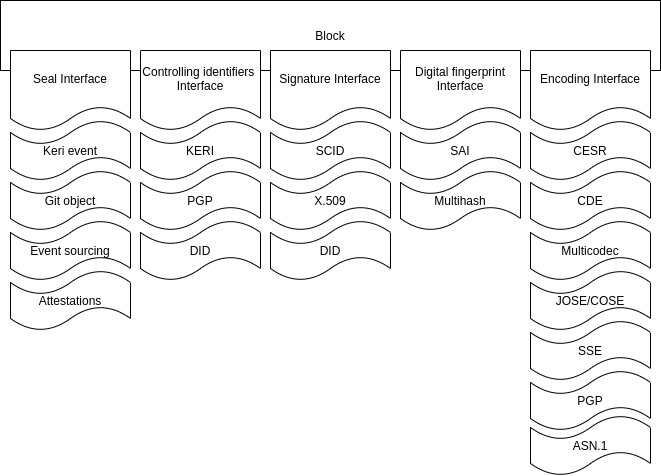
the-human-colossus-foundation/microledger-spec keeps this draw.io diagram as assets/plugable.png. Above is the earlier version. Source tidied: cells renumbered, new cells last; positions are measured from the earlier drawing's top-left corner, leaving out a move shared by most shapes. Its diagram source:
```xml
<mxGraphModel background="#FFFFFF">
  <root>
    <mxCell id="0" />
    <mxCell id="1" parent="0" />
    <mxCell id="2" value="Block" style="rounded=0;whiteSpace=wrap;html=1;" parent="1" vertex="1">
      <mxGeometry width="660" height="70" as="geometry" />
    </mxCell>
    <mxCell id="3" value="Seal Interface" style="shape=document;whiteSpace=wrap;html=1;boundedLbl=1;" parent="1" vertex="1">
      <mxGeometry x="10" y="50" width="120" height="80" as="geometry" />
    </mxCell>
    <mxCell id="4" value="Controlling identifiers&amp;nbsp; Interface" style="shape=document;whiteSpace=wrap;html=1;boundedLbl=1;" parent="1" vertex="1">
      <mxGeometry x="140" y="50" width="120" height="80" as="geometry" />
    </mxCell>
    <mxCell id="5" value="Signature Interface" style="shape=document;whiteSpace=wrap;html=1;boundedLbl=1;" parent="1" vertex="1">
      <mxGeometry x="270" y="50" width="120" height="80" as="geometry" />
    </mxCell>
    <mxCell id="6" value="Digital fingerprint Interface" style="shape=document;whiteSpace=wrap;html=1;boundedLbl=1;" parent="1" vertex="1">
      <mxGeometry x="400" y="50" width="120" height="80" as="geometry" />
    </mxCell>
    <mxCell id="7" value="Keri event" style="shape=tape;whiteSpace=wrap;html=1;" parent="1" vertex="1">
      <mxGeometry x="10" y="120" width="120" height="60" as="geometry" />
    </mxCell>
    <mxCell id="8" value="Git object" style="shape=tape;whiteSpace=wrap;html=1;" parent="1" vertex="1">
      <mxGeometry x="10" y="170" width="120" height="60" as="geometry" />
    </mxCell>
    <mxCell id="9" value="PGP" style="shape=tape;whiteSpace=wrap;html=1;" parent="1" vertex="1">
      <mxGeometry x="140" y="170" width="120" height="60" as="geometry" />
    </mxCell>
    <mxCell id="10" value="SCID" style="shape=tape;whiteSpace=wrap;html=1;" parent="1" vertex="1">
      <mxGeometry x="270" y="120" width="120" height="60" as="geometry" />
    </mxCell>
    <mxCell id="11" value="X.509" style="shape=tape;whiteSpace=wrap;html=1;" parent="1" vertex="1">
      <mxGeometry x="270" y="170" width="120" height="60" as="geometry" />
    </mxCell>
    <mxCell id="12" value="SAI" style="shape=tape;whiteSpace=wrap;html=1;" parent="1" vertex="1">
      <mxGeometry x="400" y="120" width="120" height="60" as="geometry" />
    </mxCell>
    <mxCell id="13" value="Multihash" style="shape=tape;whiteSpace=wrap;html=1;" parent="1" vertex="1">
      <mxGeometry x="400" y="170" width="120" height="60" as="geometry" />
    </mxCell>
    <mxCell id="14" value="Encoding Interface" style="shape=document;whiteSpace=wrap;html=1;boundedLbl=1;" parent="1" vertex="1">
      <mxGeometry x="530" y="50" width="120" height="80" as="geometry" />
    </mxCell>
    <mxCell id="15" value="CESR" style="shape=tape;whiteSpace=wrap;html=1;" parent="1" vertex="1">
      <mxGeometry x="530" y="120" width="120" height="60" as="geometry" />
    </mxCell>
    <mxCell id="16" value="CDE" style="shape=tape;whiteSpace=wrap;html=1;" parent="1" vertex="1">
      <mxGeometry x="530" y="170" width="120" height="60" as="geometry" />
    </mxCell>
    <mxCell id="17" value="Multicodec" style="shape=tape;whiteSpace=wrap;html=1;" parent="1" vertex="1">
      <mxGeometry x="530" y="220" width="120" height="60" as="geometry" />
    </mxCell>
    <mxCell id="18" value="JOSE/COSE" style="shape=tape;whiteSpace=wrap;html=1;" parent="1" vertex="1">
      <mxGeometry x="530" y="270" width="120" height="60" as="geometry" />
    </mxCell>
    <mxCell id="19" value="SSE" style="shape=tape;whiteSpace=wrap;html=1;" parent="1" vertex="1">
      <mxGeometry x="530" y="320" width="120" height="60" as="geometry" />
    </mxCell>
    <mxCell id="20" value="PGP" style="shape=tape;whiteSpace=wrap;html=1;" parent="1" vertex="1">
      <mxGeometry x="530" y="370" width="120" height="60" as="geometry" />
    </mxCell>
    <mxCell id="21" value="ASN.1" style="shape=tape;whiteSpace=wrap;html=1;" parent="1" vertex="1">
      <mxGeometry x="530" y="415" width="120" height="60" as="geometry" />
    </mxCell>
    <mxCell id="22" value="Event sourcing" style="shape=tape;whiteSpace=wrap;html=1;" parent="1" vertex="1">
      <mxGeometry x="10" y="220" width="120" height="60" as="geometry" />
    </mxCell>
    <mxCell id="23" value="Attestations" style="shape=tape;whiteSpace=wrap;html=1;" parent="1" vertex="1">
      <mxGeometry x="10" y="270" width="120" height="60" as="geometry" />
    </mxCell>
    <mxCell id="24" value="KERI" style="shape=tape;whiteSpace=wrap;html=1;" parent="1" vertex="1">
      <mxGeometry x="140" y="120" width="120" height="60" as="geometry" />
    </mxCell>
    <mxCell id="25" value="DID" style="shape=tape;whiteSpace=wrap;html=1;" parent="1" vertex="1">
      <mxGeometry x="270" y="220" width="120" height="60" as="geometry" />
    </mxCell>
    <mxCell id="26" value="DID" style="shape=tape;whiteSpace=wrap;html=1;" parent="1" vertex="1">
      <mxGeometry x="140" y="220" width="120" height="60" as="geometry" />
    </mxCell>
  </root>
</mxGraphModel>
```
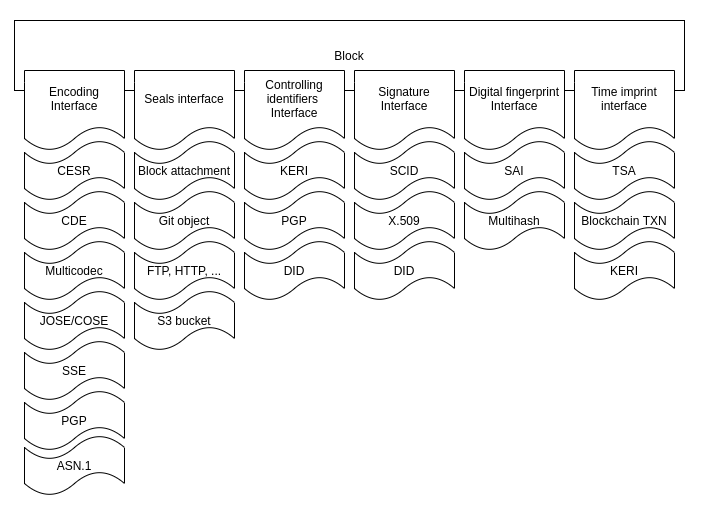
After the change.

The edit, as a diff of the source:
```diff
@@ -1,81 +1,96 @@
-<mxGraphModel background="#FFFFFF">
+<mxGraphModel>
   <root>
     <mxCell id="0" />
     <mxCell id="1" parent="0" />
+    <mxCell id="27" style="rounded=0;whiteSpace=wrap;html=1;strokeColor=none;" parent="1" vertex="1">
+      <mxGeometry x="-14" y="-20" width="700" height="510" as="geometry" />
+    </mxCell>
     <mxCell id="2" value="Block" style="rounded=0;whiteSpace=wrap;html=1;" parent="1" vertex="1">
-      <mxGeometry width="660" height="70" as="geometry" />
+      <mxGeometry width="670" height="70" as="geometry" />
     </mxCell>
-    <mxCell id="3" value="Seal Interface" style="shape=document;whiteSpace=wrap;html=1;boundedLbl=1;" parent="1" vertex="1">
-      <mxGeometry x="10" y="50" width="120" height="80" as="geometry" />
-    </mxCell>
+    <mxCell id="28" value="Seals interface" style="shape=document;whiteSpace=wrap;html=1;boundedLbl=1;" parent="1" vertex="1">
+      <mxGeometry x="120" y="50" width="100" height="80" as="geometry" />
+    </mxCell>
     <mxCell id="4" value="Controlling identifiers&amp;nbsp; Interface" style="shape=document;whiteSpace=wrap;html=1;boundedLbl=1;" parent="1" vertex="1">
-      <mxGeometry x="140" y="50" width="120" height="80" as="geometry" />
+      <mxGeometry x="230" y="50" width="100" height="80" as="geometry" />
     </mxCell>
     <mxCell id="5" value="Signature Interface" style="shape=document;whiteSpace=wrap;html=1;boundedLbl=1;" parent="1" vertex="1">
-      <mxGeometry x="270" y="50" width="120" height="80" as="geometry" />
+      <mxGeometry x="340" y="50" width="100" height="80" as="geometry" />
     </mxCell>
     <mxCell id="6" value="Digital fingerprint Interface" style="shape=document;whiteSpace=wrap;html=1;boundedLbl=1;" parent="1" vertex="1">
-      <mxGeometry x="400" y="50" width="120" height="80" as="geometry" />
+      <mxGeometry x="450" y="50" width="100" height="80" as="geometry" />
     </mxCell>
-    <mxCell id="7" value="Keri event" style="shape=tape;whiteSpace=wrap;html=1;" parent="1" vertex="1">
-      <mxGeometry x="10" y="120" width="120" height="60" as="geometry" />
-    </mxCell>
+    <mxCell id="29" value="Block attachment" style="shape=tape;whiteSpace=wrap;html=1;" parent="1" vertex="1">
+      <mxGeometry x="120" y="120" width="100" height="60" as="geometry" />
+    </mxCell>
     <mxCell id="8" value="Git object" style="shape=tape;whiteSpace=wrap;html=1;" parent="1" vertex="1">
-      <mxGeometry x="10" y="170" width="120" height="60" as="geometry" />
+      <mxGeometry x="120" y="170" width="100" height="60" as="geometry" />
     </mxCell>
-    <mxCell id="9" value="PGP" style="shape=tape;whiteSpace=wrap;html=1;" parent="1" vertex="1">
-      <mxGeometry x="140" y="170" width="120" height="60" as="geometry" />
-    </mxCell>
+    <mxCell id="30" value="PGP" style="shape=tape;whiteSpace=wrap;html=1;" parent="1" vertex="1">
+      <mxGeometry x="230" y="170" width="100" height="60" as="geometry" />
+    </mxCell>
     <mxCell id="10" value="SCID" style="shape=tape;whiteSpace=wrap;html=1;" parent="1" vertex="1">
-      <mxGeometry x="270" y="120" width="120" height="60" as="geometry" />
+      <mxGeometry x="340" y="120" width="100" height="60" as="geometry" />
     </mxCell>
     <mxCell id="11" value="X.509" style="shape=tape;whiteSpace=wrap;html=1;" parent="1" vertex="1">
-      <mxGeometry x="270" y="170" width="120" height="60" as="geometry" />
+      <mxGeometry x="340" y="170" width="100" height="60" as="geometry" />
     </mxCell>
     <mxCell id="12" value="SAI" style="shape=tape;whiteSpace=wrap;html=1;" parent="1" vertex="1">
-      <mxGeometry x="400" y="120" width="120" height="60" as="geometry" />
+      <mxGeometry x="450" y="120" width="100" height="60" as="geometry" />
     </mxCell>
     <mxCell id="13" value="Multihash" style="shape=tape;whiteSpace=wrap;html=1;" parent="1" vertex="1">
-      <mxGeometry x="400" y="170" width="120" height="60" as="geometry" />
+      <mxGeometry x="450" y="170" width="100" height="60" as="geometry" />
     </mxCell>
     <mxCell id="14" value="Encoding Interface" style="shape=document;whiteSpace=wrap;html=1;boundedLbl=1;" parent="1" vertex="1">
-      <mxGeometry x="530" y="50" width="120" height="80" as="geometry" />
+      <mxGeometry x="10" y="50" width="100" height="80" as="geometry" />
     </mxCell>
     <mxCell id="15" value="CESR" style="shape=tape;whiteSpace=wrap;html=1;" parent="1" vertex="1">
-      <mxGeometry x="530" y="120" width="120" height="60" as="geometry" />
+      <mxGeometry x="10" y="120" width="100" height="60" as="geometry" />
     </mxCell>
     <mxCell id="16" value="CDE" style="shape=tape;whiteSpace=wrap;html=1;" parent="1" vertex="1">
-      <mxGeometry x="530" y="170" width="120" height="60" as="geometry" />
+      <mxGeometry x="10" y="170" width="100" height="60" as="geometry" />
     </mxCell>
     <mxCell id="17" value="Multicodec" style="shape=tape;whiteSpace=wrap;html=1;" parent="1" vertex="1">
-      <mxGeometry x="530" y="220" width="120" height="60" as="geometry" />
+      <mxGeometry x="10" y="220" width="100" height="60" as="geometry" />
     </mxCell>
     <mxCell id="18" value="JOSE/COSE" style="shape=tape;whiteSpace=wrap;html=1;" parent="1" vertex="1">
-      <mxGeometry x="530" y="270" width="120" height="60" as="geometry" />
+      <mxGeometry x="10" y="270" width="100" height="60" as="geometry" />
     </mxCell>
     <mxCell id="19" value="SSE" style="shape=tape;whiteSpace=wrap;html=1;" parent="1" vertex="1">
-      <mxGeometry x="530" y="320" width="120" height="60" as="geometry" />
+      <mxGeometry x="10" y="320" width="100" height="60" as="geometry" />
     </mxCell>
-    <mxCell id="20" value="PGP" style="shape=tape;whiteSpace=wrap;html=1;" parent="1" vertex="1">
-      <mxGeometry x="530" y="370" width="120" height="60" as="geometry" />
-    </mxCell>
+    <mxCell id="31" value="PGP" style="shape=tape;whiteSpace=wrap;html=1;" parent="1" vertex="1">
+      <mxGeometry x="10" y="370" width="100" height="60" as="geometry" />
+    </mxCell>
     <mxCell id="21" value="ASN.1" style="shape=tape;whiteSpace=wrap;html=1;" parent="1" vertex="1">
-      <mxGeometry x="530" y="415" width="120" height="60" as="geometry" />
+      <mxGeometry x="10" y="415" width="100" height="60" as="geometry" />
     </mxCell>
-    <mxCell id="22" value="Event sourcing" style="shape=tape;whiteSpace=wrap;html=1;" parent="1" vertex="1">
-      <mxGeometry x="10" y="220" width="120" height="60" as="geometry" />
-    </mxCell>
-    <mxCell id="23" value="Attestations" style="shape=tape;whiteSpace=wrap;html=1;" parent="1" vertex="1">
-      <mxGeometry x="10" y="270" width="120" height="60" as="geometry" />
-    </mxCell>
-    <mxCell id="24" value="KERI" style="shape=tape;whiteSpace=wrap;html=1;" parent="1" vertex="1">
-      <mxGeometry x="140" y="120" width="120" height="60" as="geometry" />
-    </mxCell>
-    <mxCell id="25" value="DID" style="shape=tape;whiteSpace=wrap;html=1;" parent="1" vertex="1">
-      <mxGeometry x="270" y="220" width="120" height="60" as="geometry" />
-    </mxCell>
-    <mxCell id="26" value="DID" style="shape=tape;whiteSpace=wrap;html=1;" parent="1" vertex="1">
-      <mxGeometry x="140" y="220" width="120" height="60" as="geometry" />
-    </mxCell>
+    <mxCell id="32" value="FTP, HTTP, ..." style="shape=tape;whiteSpace=wrap;html=1;" parent="1" vertex="1">
+      <mxGeometry x="120" y="220" width="100" height="60" as="geometry" />
+    </mxCell>
+    <mxCell id="33" value="S3 bucket" style="shape=tape;whiteSpace=wrap;html=1;" parent="1" vertex="1">
+      <mxGeometry x="120" y="270" width="100" height="60" as="geometry" />
+    </mxCell>
+    <mxCell id="34" value="KERI" style="shape=tape;whiteSpace=wrap;html=1;" parent="1" vertex="1">
+      <mxGeometry x="230" y="120" width="100" height="60" as="geometry" />
+    </mxCell>
+    <mxCell id="35" value="DID" style="shape=tape;whiteSpace=wrap;html=1;" parent="1" vertex="1">
+      <mxGeometry x="340" y="220" width="100" height="60" as="geometry" />
+    </mxCell>
+    <mxCell id="36" value="DID" style="shape=tape;whiteSpace=wrap;html=1;" parent="1" vertex="1">
+      <mxGeometry x="230" y="220" width="100" height="60" as="geometry" />
+    </mxCell>
+    <mxCell id="37" value="Time imprint interface" style="shape=document;whiteSpace=wrap;html=1;boundedLbl=1;" parent="1" vertex="1">
+      <mxGeometry x="560" y="50" width="100" height="80" as="geometry" />
+    </mxCell>
+    <mxCell id="38" value="TSA" style="shape=tape;whiteSpace=wrap;html=1;" parent="1" vertex="1">
+      <mxGeometry x="560" y="120" width="100" height="60" as="geometry" />
+    </mxCell>
+    <mxCell id="39" value="Blockchain TXN" style="shape=tape;whiteSpace=wrap;html=1;" parent="1" vertex="1">
+      <mxGeometry x="560" y="170" width="100" height="60" as="geometry" />
+    </mxCell>
+    <mxCell id="40" value="KERI" style="shape=tape;whiteSpace=wrap;html=1;" parent="1" vertex="1">
+      <mxGeometry x="560" y="220" width="100" height="60" as="geometry" />
+    </mxCell>
   </root>
 </mxGraphModel>
```
